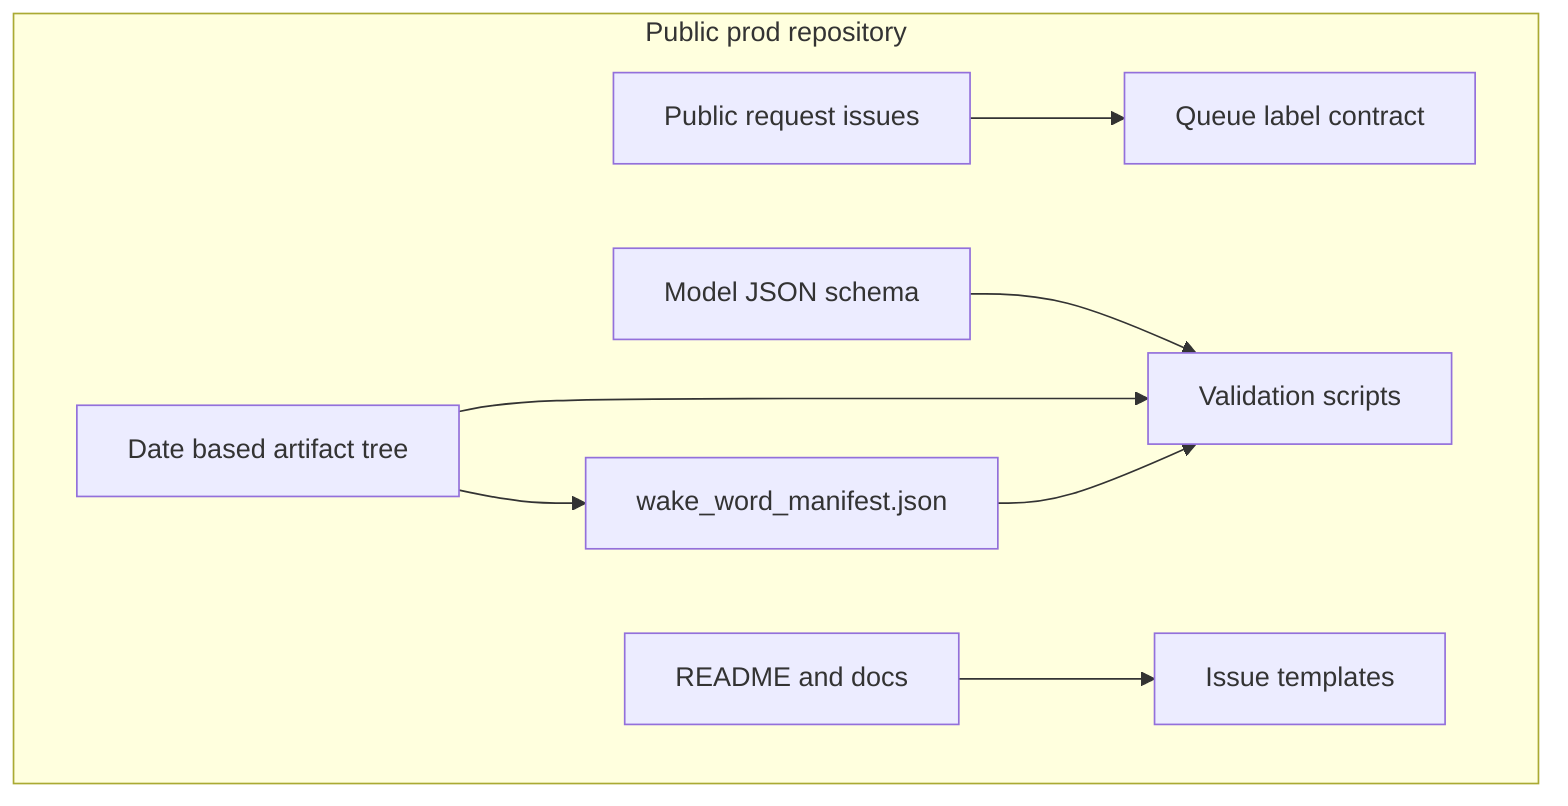
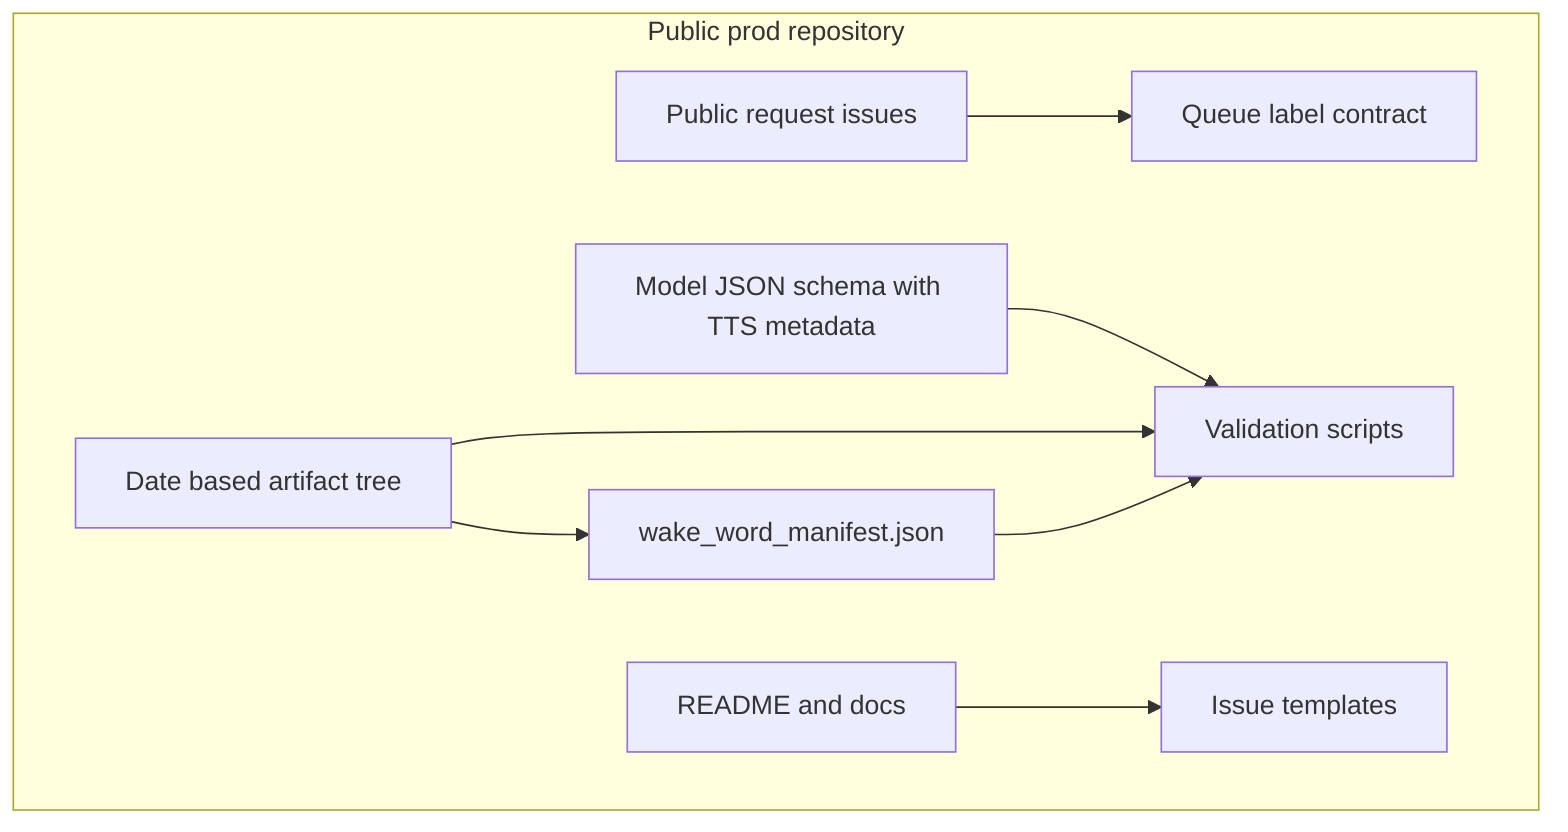
flowchart TD
    subgraph PROD["Public prod repository"]
        DOCS["README and docs"]
        ISSUES["Public request issues"]
        LABELS["Queue label contract"]
-         SCHEMA["Model JSON schema"]
+         SCHEMA["Model JSON schema with TTS metadata"]
        TREE["Date based artifact tree"]
        MANIFEST["wake_word_manifest.json"]
        VALIDATOR["Validation scripts"]
        TEMPLATES["Issue templates"]
    end

    ISSUES --> LABELS
    TREE --> MANIFEST
    SCHEMA --> VALIDATOR
    TREE --> VALIDATOR
    MANIFEST --> VALIDATOR
    DOCS --> TEMPLATES
